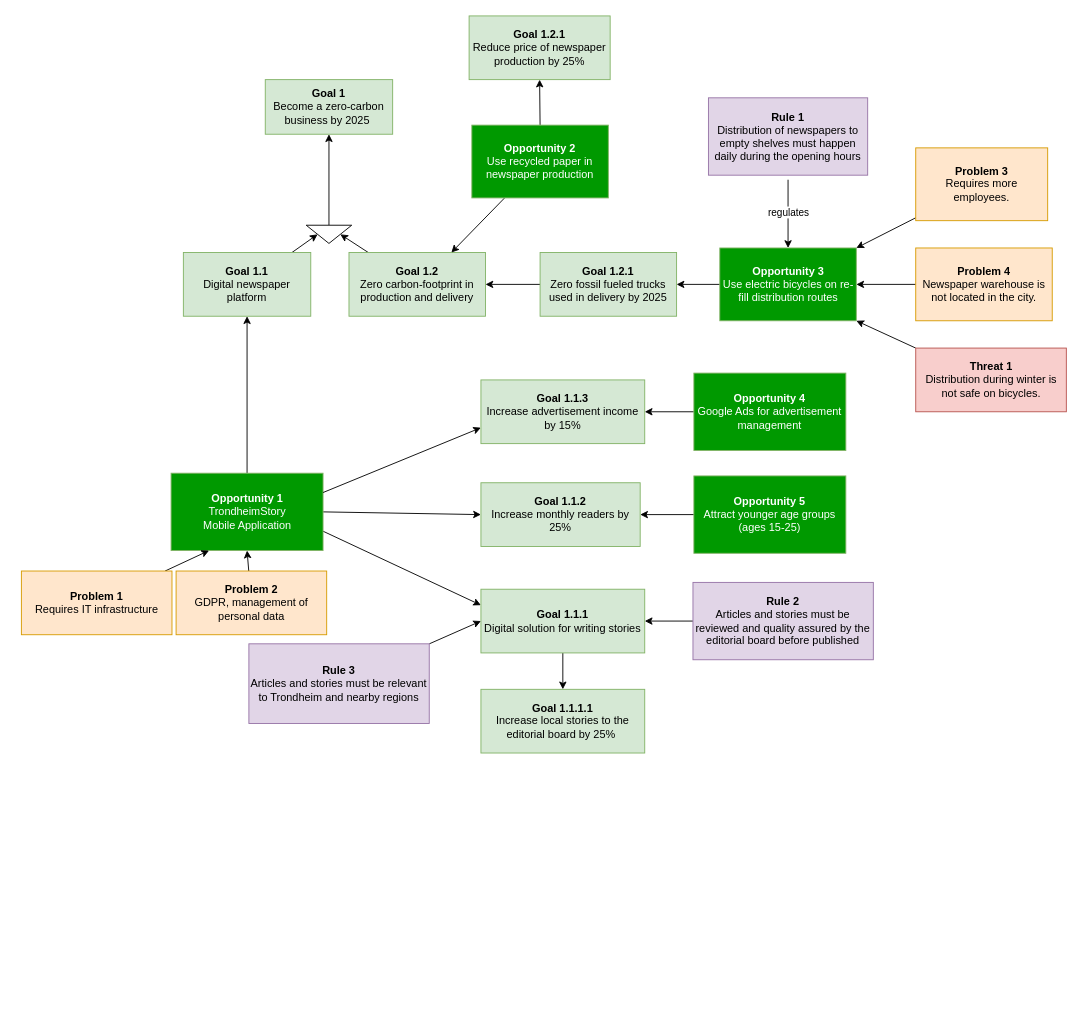
gullskatten/TS-models-4em-archi keeps this draw.io diagram as TS_4EM.drawio. Above is the earlier version. Source tidied: cells renumbered, new cells numbered last; positions are measured from the earlier drawing's top-left corner, leaving out a move shared by most shapes. Both pictures are drawn from the tidied source at 91%, with x=0, y=0 at pixel (21, 15).
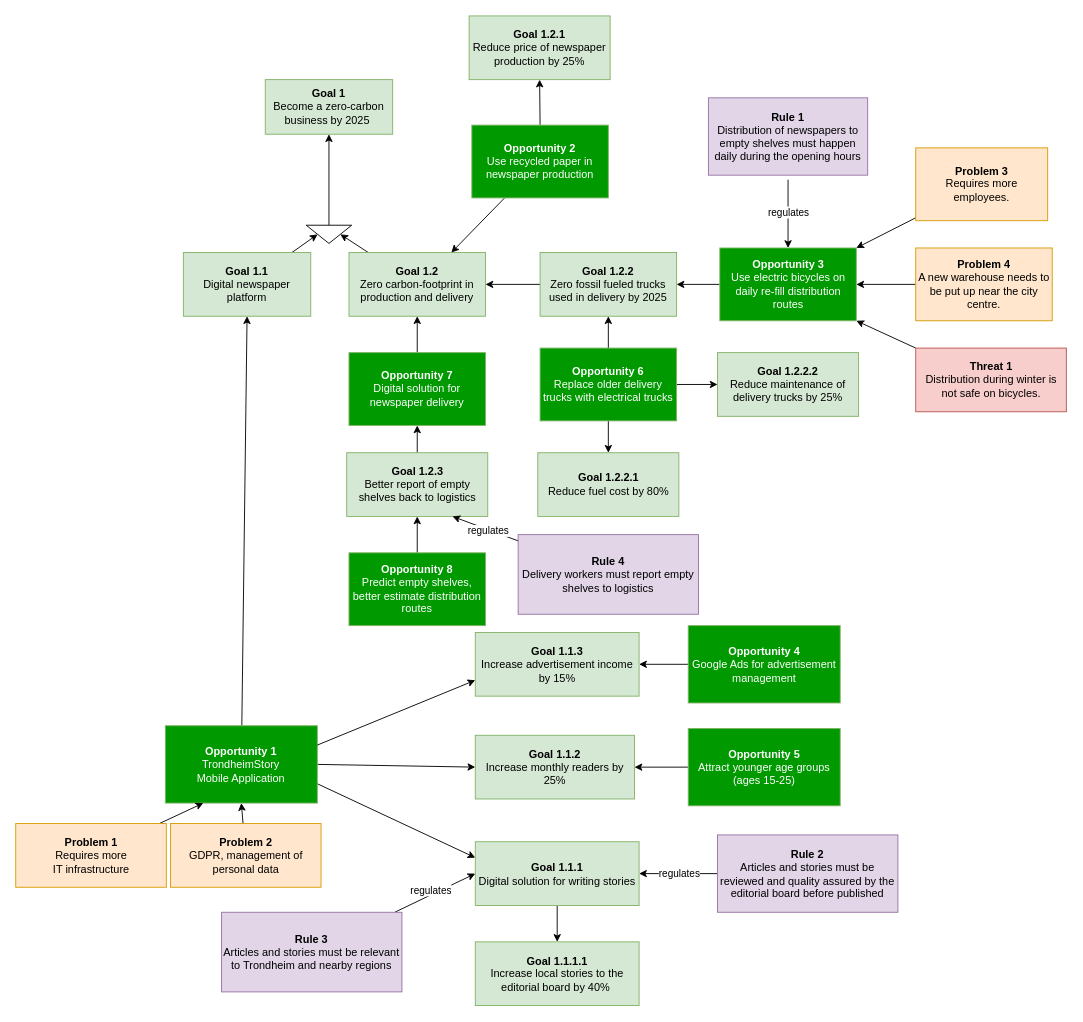
The same page after the edit.

Unchanged cells that the change refers to:
```xml
<mxCell id="26" style="edgeStyle=none;rounded=0;jettySize=auto;html=1;entryX=1;entryY=0.5;entryDx=0;entryDy=0;fontColor=#FFFFFF;" parent="1" edge="1" source="27" target="34">
  <mxGeometry relative="1" as="geometry" />
</mxCell>
<mxCell id="32" value="&lt;b&gt;Goal 1.2&lt;/b&gt;&lt;br&gt;Zero carbon-footprint in production and delivery" style="rounded=0;whiteSpace=wrap;html=1;fillColor=#d5e8d4;strokeColor=#82b366;" parent="1" vertex="1">
  <mxGeometry x="360" y="260" width="150" height="70" as="geometry" />
</mxCell>
<mxCell id="46" style="edgeStyle=none;rounded=0;jettySize=auto;html=1;entryX=0;entryY=0.5;entryDx=0;entryDy=0;fontColor=#FFFFFF;" parent="1" edge="1" source="47" target="34">
  <mxGeometry relative="1" as="geometry" />
</mxCell>
```

Diff of the diagram source:
```diff
@@
-    <mxCell id="8" value="&lt;b&gt;Goal 1.2.1&lt;/b&gt;&lt;br&gt;Zero fossil fueled trucks used in delivery by 2025" style="rounded=0;whiteSpace=wrap;html=1;fillColor=#d5e8d4;strokeColor=#82b366;" parent="1" vertex="1">
+    <mxCell id="8" value="&lt;b&gt;Goal 1.2.2&lt;/b&gt;&lt;br&gt;Zero fossil fueled trucks used in delivery by 2025" style="rounded=0;whiteSpace=wrap;html=1;fillColor=#d5e8d4;strokeColor=#82b366;" parent="1" vertex="1">
       <mxGeometry x="570" y="260" width="150" height="70" as="geometry" />
     </mxCell>
@@
-    <mxCell id="10" value="&lt;b&gt;Opportunity 3&lt;/b&gt;&lt;br&gt;Use electric bicycles on re-fill distribution routes" style="rounded=0;whiteSpace=wrap;html=1;strokeColor=#82b366;fontColor=#FFFFFF;fillColor=#009900;" parent="1" vertex="1">
+    <mxCell id="10" value="&lt;b&gt;Opportunity 3&lt;/b&gt;&lt;br&gt;Use electric bicycles on daily re-fill distribution routes" style="rounded=0;whiteSpace=wrap;html=1;strokeColor=#82b366;fontColor=#FFFFFF;fillColor=#009900;" parent="1" vertex="1">
       <mxGeometry x="767.5" y="255" width="150" height="80" as="geometry" />
     </mxCell>
@@
     <mxCell id="14" value="&lt;b&gt;Opportunity 1&lt;/b&gt;&lt;br&gt;TrondheimStory &lt;br&gt;Mobile Application" style="rounded=0;whiteSpace=wrap;html=1;strokeColor=#82b366;fontColor=#FFFFFF;fillColor=#009900;" parent="1" vertex="1">
-      <mxGeometry x="164.5" y="502.5" width="167" height="85" as="geometry" />
+      <mxGeometry x="158.2" y="780" width="167" height="85" as="geometry" />
     </mxCell>
@@
     <mxCell id="16" value="&lt;b&gt;Problem 2&lt;/b&gt;&lt;br&gt;GDPR, management of personal data" style="rounded=0;whiteSpace=wrap;html=1;fillColor=#ffe6cc;strokeColor=#d79b00;" parent="1" vertex="1">
-      <mxGeometry x="170" y="610" width="165.5" height="70" as="geometry" />
+      <mxGeometry x="163.8" y="887.5" width="165.5" height="70" as="geometry" />
     </mxCell>
@@
-    <mxCell id="20" value="&lt;b&gt;Problem 4&lt;/b&gt;&lt;br&gt;Newspaper warehouse is not located in the city." style="rounded=0;whiteSpace=wrap;html=1;fillColor=#ffe6cc;strokeColor=#d79b00;" parent="1" vertex="1">
+    <mxCell id="20" value="&lt;b&gt;Problem 4&lt;/b&gt;&lt;br&gt;A new warehouse needs to be put up near the city centre." style="rounded=0;whiteSpace=wrap;html=1;fillColor=#ffe6cc;strokeColor=#d79b00;" parent="1" vertex="1">
       <mxGeometry x="982.8" y="255" width="150" height="80" as="geometry" />
     </mxCell>
@@
     <mxCell id="25" value="&lt;b&gt;Goal 1.1.3&lt;br&gt;&lt;/b&gt;Increase advertisement income by 15%" style="rounded=0;whiteSpace=wrap;html=1;fillColor=#d5e8d4;strokeColor=#82b366;" parent="1" vertex="1">
-      <mxGeometry x="505" y="400" width="180" height="70" as="geometry" />
+      <mxGeometry x="498.8" y="677.5" width="180" height="70" as="geometry" />
     </mxCell>
@@
+    <mxCell id="48" value="&lt;font color=&quot;#000000&quot;&gt;regulates&lt;/font&gt;" style="edgeLabel;html=1;align=center;verticalAlign=middle;fontColor=#FFFFFF;" parent="26" vertex="1">
+      <mxGeometry x="0.26" relative="1" as="geometry">
+        <mxPoint x="11.6" as="offset" />
+      </mxGeometry>
+    </mxCell>
     <mxCell id="27" value="&lt;b&gt;Rule 2&lt;/b&gt;&lt;br&gt;Articles and stories must be reviewed and quality assured by the editorial board before published" style="rounded=0;whiteSpace=wrap;html=1;fillColor=#e1d5e7;strokeColor=#9673a6;" parent="1" vertex="1">
-      <mxGeometry x="738" y="622.5" width="198.2" height="85" as="geometry" />
+      <mxGeometry x="765" y="900" width="198.2" height="85" as="geometry" />
     </mxCell>
-    <mxCell id="28" value="&lt;b&gt;Goal 1.1.1.1&lt;br&gt;&lt;/b&gt;Increase local stories to the editorial board by 25%&amp;nbsp;" style="rounded=0;whiteSpace=wrap;html=1;fillColor=#d5e8d4;strokeColor=#82b366;" parent="1" vertex="1">
-      <mxGeometry x="505" y="740" width="180" height="70" as="geometry" />
+    <mxCell id="28" value="&lt;b&gt;Goal 1.1.1.1&lt;br&gt;&lt;/b&gt;Increase local stories to the editorial board by 40%&amp;nbsp;" style="rounded=0;whiteSpace=wrap;html=1;fillColor=#d5e8d4;strokeColor=#82b366;" parent="1" vertex="1">
+      <mxGeometry x="498.8" y="1017.5" width="180" height="70" as="geometry" />
     </mxCell>
@@
     <mxCell id="34" value="&lt;b&gt;Goal 1.1.1&lt;br&gt;&lt;/b&gt;Digital solution for writing stories" style="rounded=0;whiteSpace=wrap;html=1;fillColor=#d5e8d4;strokeColor=#82b366;" parent="1" vertex="1">
-      <mxGeometry x="505" y="630" width="180" height="70" as="geometry" />
+      <mxGeometry x="498.8" y="907.5" width="180" height="70" as="geometry" />
     </mxCell>
@@
-    <mxCell id="36" value="&lt;b&gt;Problem 1&lt;/b&gt;&lt;br&gt;Requires IT infrastructure" style="rounded=0;whiteSpace=wrap;html=1;fillColor=#ffe6cc;strokeColor=#d79b00;" parent="1" vertex="1">
-      <mxGeometry y="610" width="165.5" height="70" as="geometry" />
+    <mxCell id="36" value="&lt;b&gt;Problem 1&lt;/b&gt;&lt;br&gt;Requires more&lt;br&gt;IT infrastructure" style="rounded=0;whiteSpace=wrap;html=1;fillColor=#ffe6cc;strokeColor=#d79b00;" parent="1" vertex="1">
+      <mxGeometry x="-6.2" y="887.5" width="165.5" height="70" as="geometry" />
     </mxCell>
@@
     <mxCell id="42" value="&lt;b&gt;Opportunity 4&lt;/b&gt;&lt;br&gt;Google Ads for advertisement management" style="rounded=0;whiteSpace=wrap;html=1;strokeColor=#82b366;fontColor=#FFFFFF;fillColor=#009900;" parent="1" vertex="1">
-      <mxGeometry x="739" y="392.5" width="167" height="85" as="geometry" />
+      <mxGeometry x="732.8" y="670" width="167" height="85" as="geometry" />
     </mxCell>
     <mxCell id="43" value="&lt;b&gt;Goal 1.1.2&lt;br&gt;&lt;/b&gt;Increase monthly readers by 25%" style="rounded=0;whiteSpace=wrap;html=1;fillColor=#d5e8d4;strokeColor=#82b366;" parent="1" vertex="1">
-      <mxGeometry x="505" y="513" width="175" height="70" as="geometry" />
+      <mxGeometry x="498.8" y="790.5" width="175" height="70" as="geometry" />
     </mxCell>
@@
     <mxCell id="45" value="&lt;b&gt;Opportunity 5&lt;/b&gt;&lt;br&gt;Attract younger age groups (ages 15-25)" style="rounded=0;whiteSpace=wrap;html=1;strokeColor=#82b366;fontColor=#FFFFFF;fillColor=#009900;" parent="1" vertex="1">
-      <mxGeometry x="739" y="505.5" width="167" height="85" as="geometry" />
+      <mxGeometry x="732.8" y="783" width="167" height="85" as="geometry" />
     </mxCell>
@@
+    <mxCell id="49" value="&lt;font color=&quot;#000000&quot;&gt;regulates&lt;/font&gt;" style="edgeLabel;html=1;align=center;verticalAlign=middle;fontColor=#FFFFFF;" parent="46" vertex="1">
+      <mxGeometry x="-0.28" y="-3" relative="1" as="geometry">
+        <mxPoint x="6.7" y="-12.4" as="offset" />
+      </mxGeometry>
+    </mxCell>
     <mxCell id="47" value="&lt;b&gt;Rule 3&lt;/b&gt;&lt;br&gt;Articles and stories must be relevant to Trondheim and nearby regions" style="rounded=0;whiteSpace=wrap;html=1;fillColor=#e1d5e7;strokeColor=#9673a6;" parent="1" vertex="1">
-      <mxGeometry x="250" y="690" width="198.2" height="87.5" as="geometry" />
+      <mxGeometry x="220" y="985" width="198.2" height="87.5" as="geometry" />
     </mxCell>
+    <mxCell id="50" style="edgeStyle=none;rounded=0;jettySize=auto;html=1;entryX=0.5;entryY=1;entryDx=0;entryDy=0;fontColor=#FFFFFF;exitX=0.5;exitY=0;exitDx=0;exitDy=0;" parent="1" edge="1" source="54" target="8">
+      <mxGeometry relative="1" as="geometry" />
+    </mxCell>
+    <mxCell id="51" value="&lt;b&gt;Goal 1.2.2.1&lt;/b&gt;&lt;br&gt;Reduce fuel cost by 80%" style="rounded=0;whiteSpace=wrap;html=1;fillColor=#d5e8d4;strokeColor=#82b366;" parent="1" vertex="1">
+      <mxGeometry x="567.5" y="480" width="155" height="70" as="geometry" />
+    </mxCell>
+    <mxCell id="52" style="edgeStyle=none;rounded=0;jettySize=auto;html=1;fontColor=#FFFFFF;exitX=0.5;exitY=1;exitDx=0;exitDy=0;" parent="1" edge="1" source="54" target="51">
+      <mxGeometry relative="1" as="geometry" />
+    </mxCell>
+    <mxCell id="53" style="edgeStyle=none;rounded=0;jettySize=auto;html=1;entryX=0;entryY=0.5;entryDx=0;entryDy=0;fontColor=#FFFFFF;" parent="1" edge="1" source="54" target="55">
+      <mxGeometry relative="1" as="geometry" />
+    </mxCell>
+    <mxCell id="54" value="&lt;b&gt;Opportunity 6&lt;/b&gt;&lt;br&gt;Replace older delivery trucks with electrical trucks" style="rounded=0;whiteSpace=wrap;html=1;strokeColor=#82b366;fontColor=#FFFFFF;fillColor=#009900;" parent="1" vertex="1">
+      <mxGeometry x="570" y="365" width="150" height="80" as="geometry" />
+    </mxCell>
+    <mxCell id="55" value="&lt;b&gt;Goal 1.2.2.2&lt;/b&gt;&lt;br&gt;Reduce maintenance of delivery trucks by 25%" style="rounded=0;whiteSpace=wrap;html=1;fillColor=#d5e8d4;strokeColor=#82b366;" parent="1" vertex="1">
+      <mxGeometry x="765" y="370" width="155" height="70" as="geometry" />
+    </mxCell>
+    <mxCell id="56" style="edgeStyle=none;rounded=0;jettySize=auto;html=1;entryX=0.5;entryY=1;entryDx=0;entryDy=0;fontColor=#FFFFFF;" parent="1" edge="1" source="57" target="59">
+      <mxGeometry relative="1" as="geometry" />
+    </mxCell>
+    <mxCell id="57" value="&lt;b&gt;Goal 1.2.3&lt;/b&gt;&lt;br&gt;Better report of empty shelves back to logistics" style="rounded=0;whiteSpace=wrap;html=1;fillColor=#d5e8d4;strokeColor=#82b366;" parent="1" vertex="1">
+      <mxGeometry x="357.5" y="480" width="155" height="70" as="geometry" />
+    </mxCell>
+    <mxCell id="58" style="edgeStyle=none;rounded=0;jettySize=auto;html=1;entryX=0.5;entryY=1;entryDx=0;entryDy=0;fontColor=#FFFFFF;" parent="1" edge="1" source="59" target="32">
+      <mxGeometry relative="1" as="geometry" />
+    </mxCell>
+    <mxCell id="59" value="&lt;b&gt;Opportunity 7&lt;/b&gt;&lt;br&gt;Digital solution for newspaper delivery" style="rounded=0;whiteSpace=wrap;html=1;strokeColor=#82b366;fontColor=#FFFFFF;fillColor=#009900;" parent="1" vertex="1">
+      <mxGeometry x="360" y="370" width="150" height="80" as="geometry" />
+    </mxCell>
+    <mxCell id="60" style="edgeStyle=none;rounded=0;jettySize=auto;html=1;entryX=0.5;entryY=1;entryDx=0;entryDy=0;fontColor=#FFFFFF;" parent="1" edge="1" source="61" target="57">
+      <mxGeometry relative="1" as="geometry" />
+    </mxCell>
+    <mxCell id="61" value="&lt;b&gt;Opportunity 8&lt;/b&gt;&lt;br&gt;Predict empty shelves, better estimate distribution routes" style="rounded=0;whiteSpace=wrap;html=1;strokeColor=#82b366;fontColor=#FFFFFF;fillColor=#009900;" parent="1" vertex="1">
+      <mxGeometry x="360" y="590" width="150" height="80" as="geometry" />
+    </mxCell>
+    <mxCell id="62" style="edgeStyle=none;rounded=0;jettySize=auto;html=1;entryX=0.75;entryY=1;entryDx=0;entryDy=0;fontColor=#FFFFFF;" parent="1" edge="1" source="64" target="57">
+      <mxGeometry relative="1" as="geometry" />
+    </mxCell>
+    <mxCell id="63" value="&lt;font color=&quot;#000000&quot;&gt;regulates&lt;/font&gt;" style="edgeLabel;html=1;align=center;verticalAlign=middle;fontColor=#FFFFFF;" parent="62" vertex="1">
+      <mxGeometry x="-0.06" y="1" relative="1" as="geometry">
+        <mxPoint x="1" as="offset" />
+      </mxGeometry>
+    </mxCell>
+    <mxCell id="64" value="&lt;b&gt;Rule 4&lt;/b&gt;&lt;br&gt;Delivery workers must report empty shelves to logistics" style="rounded=0;whiteSpace=wrap;html=1;fillColor=#e1d5e7;strokeColor=#9673a6;" parent="1" vertex="1">
+      <mxGeometry x="545.9" y="570" width="198.2" height="87.5" as="geometry" />
+    </mxCell>
```
